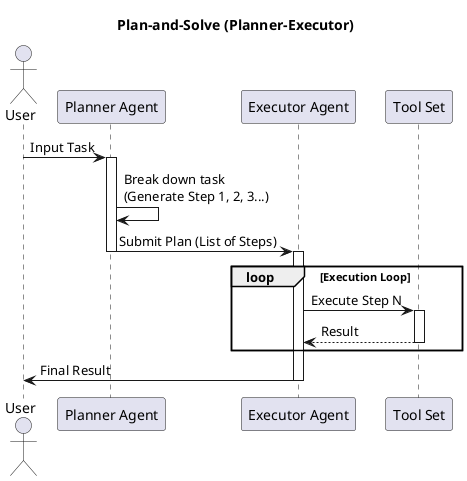
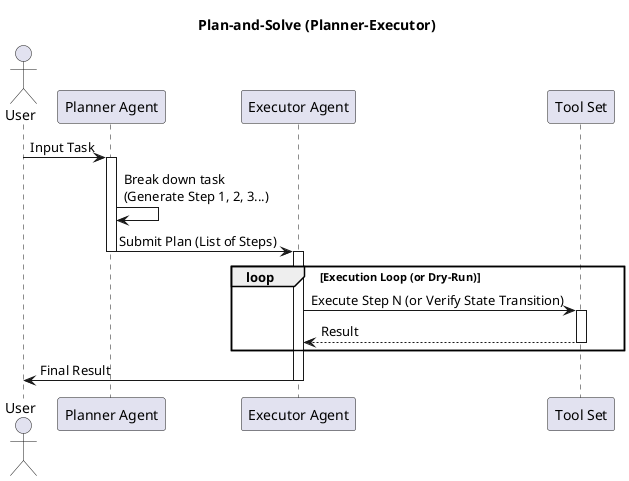
@startuml
title Plan-and-Solve (Planner-Executor)
' Paper: Plan-and-Solve Prompting: Improving Zero-Shot Chain-of-Thought Reasoning by Large Language Models
' URL: https://arxiv.org/abs/2305.04091

actor User
participant "Planner Agent" as PLAN
participant "Executor Agent" as EXEC
participant "Tool Set" as TOOLS

User -> PLAN : Input Task
activate PLAN

PLAN -> PLAN : Break down task\n(Generate Step 1, 2, 3...)
PLAN -> EXEC : Submit Plan (List of Steps)
deactivate PLAN
activate EXEC

- loop Execution Loop
-     EXEC -> TOOLS : Execute Step N
+ loop Execution Loop (or Dry-Run)
+     EXEC -> TOOLS : Execute Step N (or Verify State Transition)
    activate TOOLS
    TOOLS --> EXEC : Result
    deactivate TOOLS
end

EXEC -> User : Final Result
deactivate EXEC

@enduml
